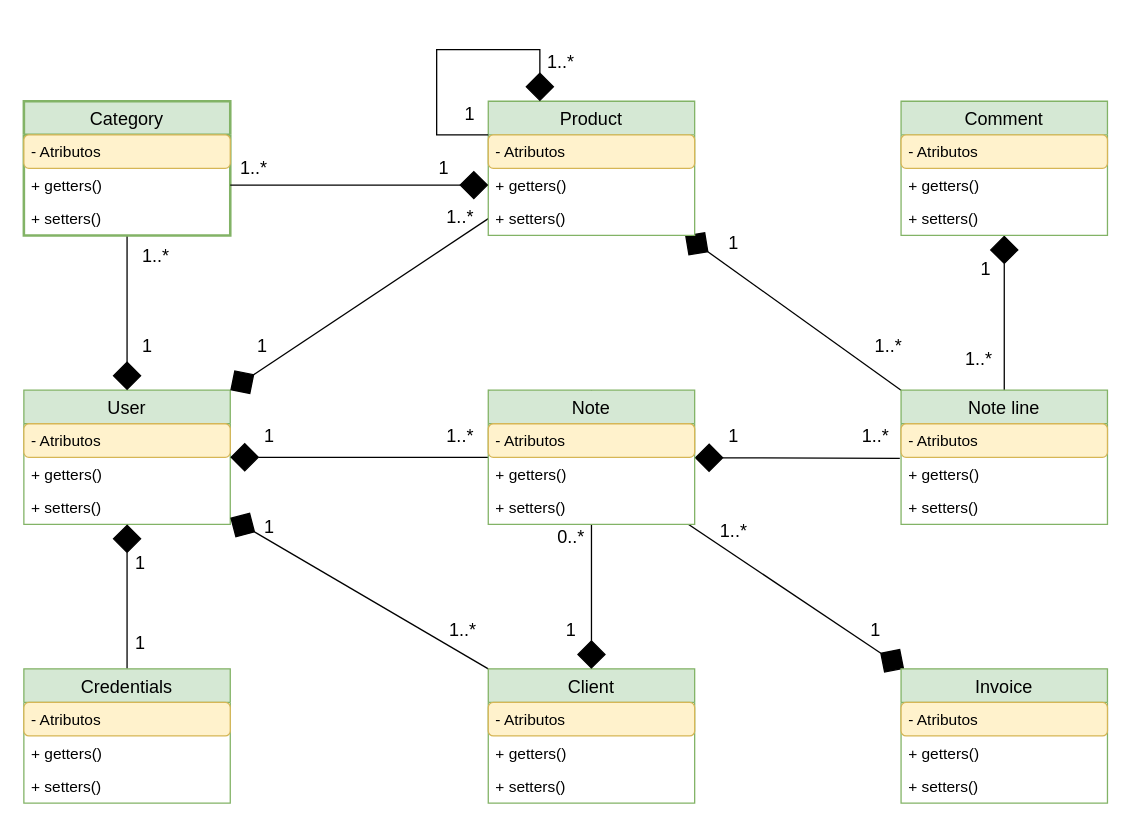
Above: Documentacion/Esquemas/Diagrama de clases.drawio in alejandrogogarcia/TFG_BE (draw.io), before the change. Source tidied: cells renumbered, new cells numbered last; positions are measured from the earlier drawing's top-left corner, leaving out a move shared by most shapes. Both pictures are drawn from the tidied source at 129%, with x=0, y=0 at pixel (23, 49).
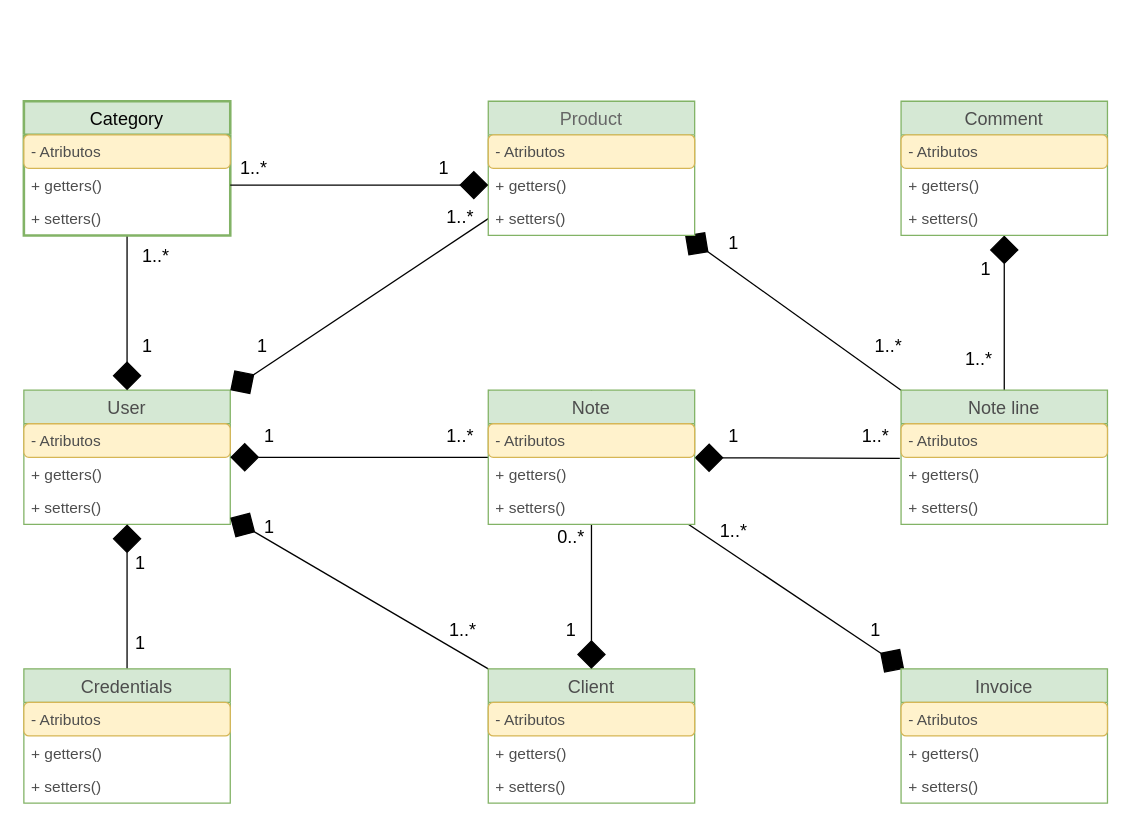
The same page after the edit.

Change to the diagram source:
```diff
@@
-    <mxCell id="2" value="User" style="swimlane;fontStyle=0;horizontal=1;startSize=26;fillColor=#d5e8d4;swimlaneFillColor=#ffffff;align=center;fontSize=14;rounded=0;strokeColor=#82b366;" parent="1" vertex="1">
+    <mxCell id="2" value="User" style="swimlane;fontStyle=0;horizontal=1;startSize=26;fillColor=#d5e8d4;swimlaneFillColor=#ffffff;align=center;fontSize=14;rounded=0;strokeColor=#82b366;fontColor=#4D4D4D;" parent="1" vertex="1">
       <mxGeometry y="264" width="160" height="104" as="geometry" />
     </mxCell>
-    <mxCell id="3" value="- Atributos" style="text;strokeColor=#d6b656;fillColor=#fff2cc;spacingLeft=4;spacingRight=4;overflow=hidden;fontSize=12;rounded=1;" parent="2" vertex="1">
+    <mxCell id="3" value="- Atributos" style="text;strokeColor=#d6b656;fillColor=#fff2cc;spacingLeft=4;spacingRight=4;overflow=hidden;fontSize=12;rounded=1;fontColor=#4D4D4D;" parent="2" vertex="1">
       <mxGeometry y="26" width="160" height="26" as="geometry" />
     </mxCell>
-    <mxCell id="4" value="+ getters()" style="text;strokeColor=none;fillColor=none;spacingLeft=4;spacingRight=4;overflow=hidden;fontSize=12;absoluteArcSize=0;" parent="2" vertex="1">
+    <mxCell id="4" value="+ getters()" style="text;strokeColor=none;fillColor=none;spacingLeft=4;spacingRight=4;overflow=hidden;fontSize=12;absoluteArcSize=0;fontColor=#4D4D4D;" parent="2" vertex="1">
       <mxGeometry y="52" width="160" height="26" as="geometry" />
     </mxCell>
-    <mxCell id="5" value="+ setters()" style="text;strokeColor=none;fillColor=none;spacingLeft=4;spacingRight=4;overflow=hidden;fontSize=12;" parent="2" vertex="1">
+    <mxCell id="5" value="+ setters()" style="text;strokeColor=none;fillColor=none;spacingLeft=4;spacingRight=4;overflow=hidden;fontSize=12;fontColor=#4D4D4D;" parent="2" vertex="1">
       <mxGeometry y="78" width="160" height="26" as="geometry" />
     </mxCell>
@@
-    <mxCell id="7" value="Credentials" style="swimlane;fontStyle=0;horizontal=1;startSize=26;fillColor=#d5e8d4;swimlaneFillColor=#ffffff;align=center;fontSize=14;rounded=0;strokeColor=#82b366;" parent="1" vertex="1">
+    <mxCell id="7" value="Credentials" style="swimlane;fontStyle=0;horizontal=1;startSize=26;fillColor=#d5e8d4;swimlaneFillColor=#ffffff;align=center;fontSize=14;rounded=0;strokeColor=#82b366;fontColor=#4D4D4D;" parent="1" vertex="1">
       <mxGeometry y="480" width="160" height="104" as="geometry" />
     </mxCell>
-    <mxCell id="8" value="- Atributos" style="text;strokeColor=#d6b656;fillColor=#fff2cc;spacingLeft=4;spacingRight=4;overflow=hidden;fontSize=12;rounded=1;" parent="7" vertex="1">
+    <mxCell id="8" value="- Atributos" style="text;strokeColor=#d6b656;fillColor=#fff2cc;spacingLeft=4;spacingRight=4;overflow=hidden;fontSize=12;rounded=1;fontColor=#4D4D4D;" parent="7" vertex="1">
       <mxGeometry y="26" width="160" height="26" as="geometry" />
     </mxCell>
-    <mxCell id="9" value="+ getters()" style="text;strokeColor=none;fillColor=none;spacingLeft=4;spacingRight=4;overflow=hidden;fontSize=12;absoluteArcSize=0;" parent="7" vertex="1">
+    <mxCell id="9" value="+ getters()" style="text;strokeColor=none;fillColor=none;spacingLeft=4;spacingRight=4;overflow=hidden;fontSize=12;absoluteArcSize=0;fontColor=#4D4D4D;" parent="7" vertex="1">
       <mxGeometry y="52" width="160" height="26" as="geometry" />
     </mxCell>
-    <mxCell id="10" value="+ setters()" style="text;strokeColor=none;fillColor=none;spacingLeft=4;spacingRight=4;overflow=hidden;fontSize=12;" parent="7" vertex="1">
+    <mxCell id="10" value="+ setters()" style="text;strokeColor=none;fillColor=none;spacingLeft=4;spacingRight=4;overflow=hidden;fontSize=12;fontColor=#4D4D4D;" parent="7" vertex="1">
       <mxGeometry y="78" width="160" height="26" as="geometry" />
     </mxCell>
@@
-    <mxCell id="12" value="Client" style="swimlane;fontStyle=0;horizontal=1;startSize=26;fillColor=#d5e8d4;swimlaneFillColor=#ffffff;align=center;fontSize=14;rounded=0;strokeColor=#82b366;" parent="1" vertex="1">
+    <mxCell id="12" value="Client" style="swimlane;fontStyle=0;horizontal=1;startSize=26;fillColor=#d5e8d4;swimlaneFillColor=#ffffff;align=center;fontSize=14;rounded=0;strokeColor=#82b366;fontColor=#4D4D4D;" parent="1" vertex="1">
       <mxGeometry x="360" y="480" width="160" height="104" as="geometry" />
     </mxCell>
-    <mxCell id="13" value="- Atributos" style="text;strokeColor=#d6b656;fillColor=#fff2cc;spacingLeft=4;spacingRight=4;overflow=hidden;fontSize=12;rounded=1;" parent="12" vertex="1">
+    <mxCell id="13" value="- Atributos" style="text;strokeColor=#d6b656;fillColor=#fff2cc;spacingLeft=4;spacingRight=4;overflow=hidden;fontSize=12;rounded=1;fontColor=#4D4D4D;" parent="12" vertex="1">
       <mxGeometry y="26" width="160" height="26" as="geometry" />
     </mxCell>
-    <mxCell id="14" value="+ getters()" style="text;strokeColor=none;fillColor=none;spacingLeft=4;spacingRight=4;overflow=hidden;fontSize=12;absoluteArcSize=0;" parent="12" vertex="1">
+    <mxCell id="14" value="+ getters()" style="text;strokeColor=none;fillColor=none;spacingLeft=4;spacingRight=4;overflow=hidden;fontSize=12;absoluteArcSize=0;fontColor=#4D4D4D;" parent="12" vertex="1">
       <mxGeometry y="52" width="160" height="26" as="geometry" />
     </mxCell>
-    <mxCell id="15" value="+ setters()" style="text;strokeColor=none;fillColor=none;spacingLeft=4;spacingRight=4;overflow=hidden;fontSize=12;" parent="12" vertex="1">
+    <mxCell id="15" value="+ setters()" style="text;strokeColor=none;fillColor=none;spacingLeft=4;spacingRight=4;overflow=hidden;fontSize=12;fontColor=#4D4D4D;" parent="12" vertex="1">
       <mxGeometry y="78" width="160" height="26" as="geometry" />
     </mxCell>
@@
-    <mxCell id="19" value="Note line" style="swimlane;fontStyle=0;horizontal=1;startSize=26;fillColor=#d5e8d4;swimlaneFillColor=#ffffff;align=center;fontSize=14;rounded=0;strokeColor=#82b366;" parent="1" vertex="1">
+    <mxCell id="19" value="Note line" style="swimlane;fontStyle=0;horizontal=1;startSize=26;fillColor=#d5e8d4;swimlaneFillColor=#ffffff;align=center;fontSize=14;rounded=0;strokeColor=#82b366;fontColor=#4D4D4D;" parent="1" vertex="1">
       <mxGeometry x="680" y="264" width="160" height="104" as="geometry" />
     </mxCell>
-    <mxCell id="20" value="- Atributos" style="text;strokeColor=#d6b656;fillColor=#fff2cc;spacingLeft=4;spacingRight=4;overflow=hidden;fontSize=12;rounded=1;" parent="19" vertex="1">
+    <mxCell id="20" value="- Atributos" style="text;strokeColor=#d6b656;fillColor=#fff2cc;spacingLeft=4;spacingRight=4;overflow=hidden;fontSize=12;rounded=1;fontColor=#4D4D4D;" parent="19" vertex="1">
       <mxGeometry y="26" width="160" height="26" as="geometry" />
     </mxCell>
-    <mxCell id="21" value="+ getters()" style="text;strokeColor=none;fillColor=none;spacingLeft=4;spacingRight=4;overflow=hidden;points=[[0,0.5],[1,0.5]];portConstraint=eastwest;fontSize=12;absoluteArcSize=0;" parent="19" vertex="1">
+    <mxCell id="21" value="+ getters()" style="text;strokeColor=none;fillColor=none;spacingLeft=4;spacingRight=4;overflow=hidden;points=[[0,0.5],[1,0.5]];portConstraint=eastwest;fontSize=12;absoluteArcSize=0;fontColor=#4D4D4D;" parent="19" vertex="1">
       <mxGeometry y="52" width="160" height="26" as="geometry" />
     </mxCell>
-    <mxCell id="22" value="+ setters()" style="text;strokeColor=none;fillColor=none;spacingLeft=4;spacingRight=4;overflow=hidden;fontSize=12;" parent="19" vertex="1">
+    <mxCell id="22" value="+ setters()" style="text;strokeColor=none;fillColor=none;spacingLeft=4;spacingRight=4;overflow=hidden;fontSize=12;fontColor=#4D4D4D;" parent="19" vertex="1">
       <mxGeometry y="78" width="160" height="26" as="geometry" />
     </mxCell>
@@
-    <mxCell id="24" value="Product" style="swimlane;fontStyle=0;horizontal=1;startSize=26;fillColor=#d5e8d4;swimlaneFillColor=#ffffff;align=center;fontSize=14;rounded=0;strokeColor=#82b366;" parent="1" vertex="1">
+    <mxCell id="24" value="Product" style="swimlane;fontStyle=0;horizontal=1;startSize=26;fillColor=#d5e8d4;swimlaneFillColor=#ffffff;align=center;fontSize=14;rounded=0;strokeColor=#82b366;fontColor=#666666;" parent="1" vertex="1">
       <mxGeometry x="360" y="40" width="160" height="104" as="geometry" />
     </mxCell>
-    <mxCell id="25" value="- Atributos" style="text;strokeColor=#d6b656;fillColor=#fff2cc;spacingLeft=4;spacingRight=4;overflow=hidden;fontSize=12;rounded=1;" parent="24" vertex="1">
+    <mxCell id="25" value="- Atributos" style="text;strokeColor=#d6b656;fillColor=#fff2cc;spacingLeft=4;spacingRight=4;overflow=hidden;fontSize=12;rounded=1;fontColor=#4D4D4D;" parent="24" vertex="1">
       <mxGeometry y="26" width="160" height="26" as="geometry" />
     </mxCell>
-    <mxCell id="26" value="+ getters()" style="text;strokeColor=none;fillColor=none;spacingLeft=4;spacingRight=4;overflow=hidden;points=[[0,0.5],[1,0.5]];portConstraint=eastwest;fontSize=12;absoluteArcSize=0;" parent="24" vertex="1">
+    <mxCell id="26" value="+ getters()" style="text;strokeColor=none;fillColor=none;spacingLeft=4;spacingRight=4;overflow=hidden;points=[[0,0.5],[1,0.5]];portConstraint=eastwest;fontSize=12;absoluteArcSize=0;fontColor=#4D4D4D;" parent="24" vertex="1">
       <mxGeometry y="52" width="160" height="26" as="geometry" />
     </mxCell>
-    <mxCell id="27" value="+ setters()" style="text;strokeColor=none;fillColor=none;spacingLeft=4;spacingRight=4;overflow=hidden;points=[[0,0.5],[1,0.5]];portConstraint=eastwest;fontSize=12;" parent="24" vertex="1">
+    <mxCell id="27" value="+ setters()" style="text;strokeColor=none;fillColor=none;spacingLeft=4;spacingRight=4;overflow=hidden;points=[[0,0.5],[1,0.5]];portConstraint=eastwest;fontSize=12;fontColor=#4D4D4D;" parent="24" vertex="1">
       <mxGeometry y="78" width="160" height="26" as="geometry" />
     </mxCell>
@@
-    <mxCell id="31" value="Note" style="swimlane;fontStyle=0;horizontal=1;startSize=26;fillColor=#d5e8d4;swimlaneFillColor=#ffffff;align=center;fontSize=14;rounded=0;strokeColor=#82b366;" parent="1" vertex="1">
+    <mxCell id="31" value="Note" style="swimlane;fontStyle=0;horizontal=1;startSize=26;fillColor=#d5e8d4;swimlaneFillColor=#ffffff;align=center;fontSize=14;rounded=0;strokeColor=#82b366;fontColor=#4D4D4D;" parent="1" vertex="1">
       <mxGeometry x="360" y="264" width="160" height="104" as="geometry" />
     </mxCell>
-    <mxCell id="32" value="- Atributos" style="text;strokeColor=#d6b656;fillColor=#fff2cc;spacingLeft=4;spacingRight=4;overflow=hidden;fontSize=12;rounded=1;" parent="31" vertex="1">
+    <mxCell id="32" value="- Atributos" style="text;strokeColor=#d6b656;fillColor=#fff2cc;spacingLeft=4;spacingRight=4;overflow=hidden;fontSize=12;rounded=1;fontColor=#4D4D4D;" parent="31" vertex="1">
       <mxGeometry y="26" width="160" height="26" as="geometry" />
     </mxCell>
-    <mxCell id="33" value="+ getters()" style="text;strokeColor=none;fillColor=none;spacingLeft=4;spacingRight=4;overflow=hidden;fontSize=12;absoluteArcSize=0;" parent="31" vertex="1">
+    <mxCell id="33" value="+ getters()" style="text;strokeColor=none;fillColor=none;spacingLeft=4;spacingRight=4;overflow=hidden;fontSize=12;absoluteArcSize=0;fontColor=#4D4D4D;" parent="31" vertex="1">
       <mxGeometry y="52" width="160" height="26" as="geometry" />
     </mxCell>
-    <mxCell id="34" value="+ setters()" style="text;strokeColor=none;fillColor=none;spacingLeft=4;spacingRight=4;overflow=hidden;fontSize=12;" parent="31" vertex="1">
+    <mxCell id="34" value="+ setters()" style="text;strokeColor=none;fillColor=none;spacingLeft=4;spacingRight=4;overflow=hidden;fontSize=12;fontColor=#4D4D4D;" parent="31" vertex="1">
       <mxGeometry y="78" width="160" height="26" as="geometry" />
     </mxCell>
@@
-    <mxCell id="36" value="Category" style="swimlane;fontStyle=0;horizontal=1;startSize=26;fillColor=#d5e8d4;swimlaneFillColor=#ffffff;align=center;fontSize=14;rounded=0;strokeColor=#82b366;swimlaneLine=1;glass=0;shadow=0;comic=0;strokeWidth=2;" parent="1" vertex="1">
+    <mxCell id="36" value="Category" style="swimlane;fontStyle=0;horizontal=1;startSize=26;fillColor=#d5e8d4;swimlaneFillColor=#ffffff;align=center;fontSize=14;rounded=0;strokeColor=#82b366;swimlaneLine=1;glass=0;shadow=0;comic=0;strokeWidth=2;fontColor=#030303;" parent="1" vertex="1">
       <mxGeometry y="40" width="160" height="104" as="geometry" />
     </mxCell>
-    <mxCell id="37" value="- Atributos" style="text;strokeColor=#d6b656;fillColor=#fff2cc;spacingLeft=4;spacingRight=4;overflow=hidden;fontSize=12;rounded=1;" parent="36" vertex="1">
+    <mxCell id="37" value="- Atributos" style="text;strokeColor=#d6b656;fillColor=#fff2cc;spacingLeft=4;spacingRight=4;overflow=hidden;fontSize=12;rounded=1;fontColor=#4D4D4D;" parent="36" vertex="1">
       <mxGeometry y="26" width="160" height="26" as="geometry" />
     </mxCell>
-    <mxCell id="38" value="+ getters()" style="text;strokeColor=none;fillColor=none;spacingLeft=4;spacingRight=4;overflow=hidden;points=[[0,0.5],[1,0.5]];portConstraint=eastwest;fontSize=12;absoluteArcSize=0;" parent="36" vertex="1">
+    <mxCell id="38" value="+ getters()" style="text;strokeColor=none;fillColor=none;spacingLeft=4;spacingRight=4;overflow=hidden;points=[[0,0.5],[1,0.5]];portConstraint=eastwest;fontSize=12;absoluteArcSize=0;fontColor=#4D4D4D;" parent="36" vertex="1">
       <mxGeometry y="52" width="160" height="26" as="geometry" />
     </mxCell>
-    <mxCell id="39" value="+ setters()" style="text;strokeColor=none;fillColor=none;spacingLeft=4;spacingRight=4;overflow=hidden;fontSize=12;" parent="36" vertex="1">
+    <mxCell id="39" value="+ setters()" style="text;strokeColor=none;fillColor=none;spacingLeft=4;spacingRight=4;overflow=hidden;fontSize=12;fontColor=#4D4D4D;" parent="36" vertex="1">
       <mxGeometry y="78" width="160" height="26" as="geometry" />
     </mxCell>
-    <mxCell id="40" value="Comment" style="swimlane;fontStyle=0;horizontal=1;startSize=26;fillColor=#d5e8d4;swimlaneFillColor=#ffffff;align=center;fontSize=14;rounded=0;strokeColor=#82b366;" parent="1" vertex="1">
+    <mxCell id="40" value="Comment" style="swimlane;fontStyle=0;horizontal=1;startSize=26;fillColor=#d5e8d4;swimlaneFillColor=#ffffff;align=center;fontSize=14;rounded=0;strokeColor=#82b366;fontColor=#4D4D4D;" parent="1" vertex="1">
       <mxGeometry x="680" y="40" width="160" height="104" as="geometry" />
     </mxCell>
-    <mxCell id="41" value="- Atributos" style="text;strokeColor=#d6b656;fillColor=#fff2cc;spacingLeft=4;spacingRight=4;overflow=hidden;fontSize=12;rounded=1;" parent="40" vertex="1">
+    <mxCell id="41" value="- Atributos" style="text;strokeColor=#d6b656;fillColor=#fff2cc;spacingLeft=4;spacingRight=4;overflow=hidden;fontSize=12;rounded=1;fontColor=#4D4D4D;" parent="40" vertex="1">
       <mxGeometry y="26" width="160" height="26" as="geometry" />
     </mxCell>
-    <mxCell id="42" value="+ getters()" style="text;strokeColor=none;fillColor=none;spacingLeft=4;spacingRight=4;overflow=hidden;fontSize=12;absoluteArcSize=0;" parent="40" vertex="1">
+    <mxCell id="42" value="+ getters()" style="text;strokeColor=none;fillColor=none;spacingLeft=4;spacingRight=4;overflow=hidden;fontSize=12;absoluteArcSize=0;fontColor=#4D4D4D;" parent="40" vertex="1">
       <mxGeometry y="52" width="160" height="26" as="geometry" />
     </mxCell>
-    <mxCell id="43" value="+ setters()" style="text;strokeColor=none;fillColor=none;spacingLeft=4;spacingRight=4;overflow=hidden;fontSize=12;" parent="40" vertex="1">
+    <mxCell id="43" value="+ setters()" style="text;strokeColor=none;fillColor=none;spacingLeft=4;spacingRight=4;overflow=hidden;fontSize=12;fontColor=#4D4D4D;" parent="40" vertex="1">
       <mxGeometry y="78" width="160" height="26" as="geometry" />
     </mxCell>
-    <mxCell id="44" value="Invoice" style="swimlane;fontStyle=0;horizontal=1;startSize=26;fillColor=#d5e8d4;swimlaneFillColor=#ffffff;align=center;fontSize=14;rounded=0;strokeColor=#82b366;" parent="1" vertex="1">
+    <mxCell id="44" value="Invoice" style="swimlane;fontStyle=0;horizontal=1;startSize=26;fillColor=#d5e8d4;swimlaneFillColor=#ffffff;align=center;fontSize=14;rounded=0;strokeColor=#82b366;fontColor=#4D4D4D;" parent="1" vertex="1">
       <mxGeometry x="680" y="480" width="160" height="104" as="geometry" />
     </mxCell>
-    <mxCell id="45" value="- Atributos" style="text;strokeColor=#d6b656;fillColor=#fff2cc;spacingLeft=4;spacingRight=4;overflow=hidden;fontSize=12;rounded=1;" parent="44" vertex="1">
+    <mxCell id="45" value="- Atributos" style="text;strokeColor=#d6b656;fillColor=#fff2cc;spacingLeft=4;spacingRight=4;overflow=hidden;fontSize=12;rounded=1;fontColor=#4D4D4D;" parent="44" vertex="1">
       <mxGeometry y="26" width="160" height="26" as="geometry" />
     </mxCell>
-    <mxCell id="46" value="+ getters()" style="text;strokeColor=none;fillColor=none;spacingLeft=4;spacingRight=4;overflow=hidden;fontSize=12;absoluteArcSize=0;" parent="44" vertex="1">
+    <mxCell id="46" value="+ getters()" style="text;strokeColor=none;fillColor=none;spacingLeft=4;spacingRight=4;overflow=hidden;fontSize=12;absoluteArcSize=0;fontColor=#4D4D4D;" parent="44" vertex="1">
       <mxGeometry y="52" width="160" height="26" as="geometry" />
     </mxCell>
-    <mxCell id="47" value="+ setters()" style="text;strokeColor=none;fillColor=none;spacingLeft=4;spacingRight=4;overflow=hidden;fontSize=12;" parent="44" vertex="1">
+    <mxCell id="47" value="+ setters()" style="text;strokeColor=none;fillColor=none;spacingLeft=4;spacingRight=4;overflow=hidden;fontSize=12;fontColor=#4D4D4D;" parent="44" vertex="1">
       <mxGeometry y="78" width="160" height="26" as="geometry" />
     </mxCell>
@@
-    <mxCell id="68" style="edgeStyle=orthogonalEdgeStyle;rounded=0;orthogonalLoop=1;jettySize=auto;html=1;exitX=0;exitY=0.25;exitDx=0;exitDy=0;entryX=0.25;entryY=0;entryDx=0;entryDy=0;endArrow=diamond;endFill=1;endSize=20;strokeColor=#000000;fontSize=14;" parent="1" edge="1" source="24" target="24">
-      <mxGeometry relative="1" as="geometry">
-        <Array as="points">
-          <mxPoint x="320" y="66" />
-          <mxPoint x="320" />
-          <mxPoint x="400" />
-        </Array>
-      </mxGeometry>
-    </mxCell>
-    <mxCell id="69" value="1" style="text;html=1;align=left;verticalAlign=middle;fontSize=14;" parent="1" vertex="1">
-      <mxGeometry x="340" y="40" width="20" height="20" as="geometry" />
-    </mxCell>
-    <mxCell id="70" value="1..*" style="text;html=1;align=left;verticalAlign=middle;fontSize=14;" parent="1" vertex="1">
-      <mxGeometry x="404" width="40" height="20" as="geometry" />
-    </mxCell>
```
